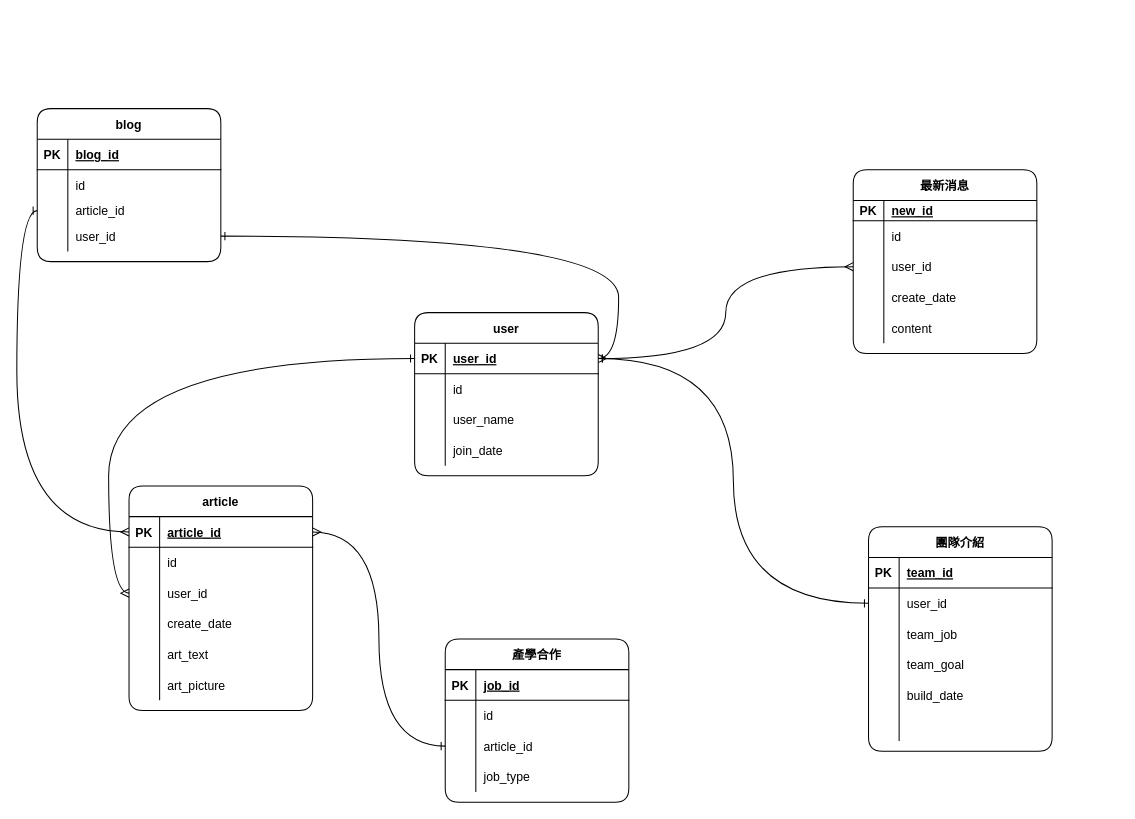
MichaelChen0429/ERDpractice keeps this draw.io diagram as Untitled Diagram.drawio. Above is the earlier version. Source tidied: cells renumbered, new cells numbered last; positions are measured from the earlier drawing's top-left corner, leaving out a move shared by most shapes. Both pictures are drawn from the tidied source at 102%, with x=0, y=0 at pixel (37, 108).
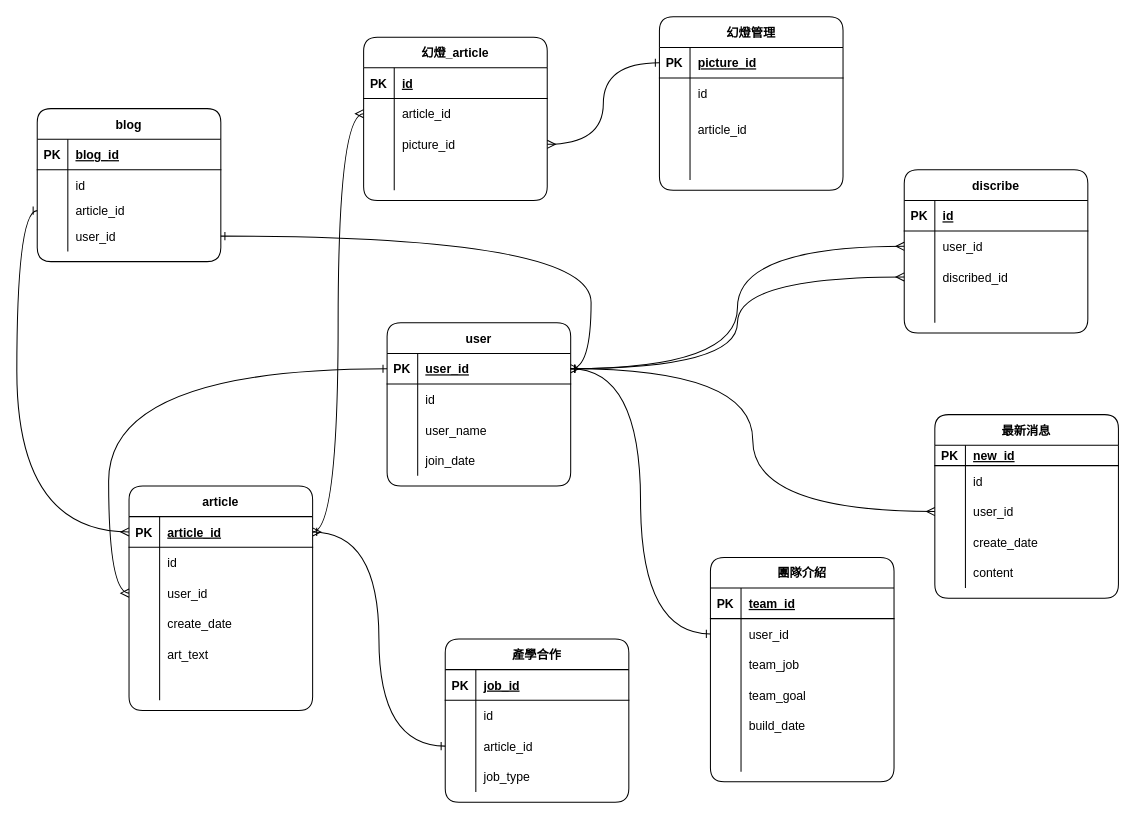
The same diagram, later.

Unchanged cells that the change refers to:
```xml
<mxCell id="19" style="shape=partialRectangle;fillColor=none;top=0;left=0;bottom=1;right=0;points=[[0,0.5],[1,0.5]];portConstraint=eastwest;rounded=1;" parent="18" vertex="1">
  <mxGeometry y="30" width="180" height="30" as="geometry" />
</mxCell>
<mxCell id="77" style="shape=partialRectangle;fillColor=none;top=0;left=0;bottom=1;right=0;points=[[0,0.5],[1,0.5]];portConstraint=eastwest;rounded=1;" parent="76" vertex="1">
  <mxGeometry y="30" width="180" height="30" as="geometry" />
</mxCell>
<mxCell id="92" style="shape=partialRectangle;fillColor=none;top=0;left=0;bottom=0;right=0;rounded=1;" parent="76" vertex="1">
  <mxGeometry y="180" width="180" height="30" as="geometry" />
</mxCell>
```

What changed in the source:
```diff
@@
     <mxCell id="2" value="最新消息" style="shape=table;startSize=30;childLayout=tableLayout;rowLines=0;fontStyle=1;align=center;rounded=1;" parent="1" vertex="1">
-      <mxGeometry x="800" y="60" width="180" height="180" as="geometry" />
+      <mxGeometry x="880" y="300" width="180" height="180" as="geometry" />
     </mxCell>
@@
     <mxCell id="18" value="user" style="shape=table;startSize=30;childLayout=tableLayout;rowLines=0;fontStyle=1;align=center;rounded=1;" parent="1" vertex="1">
-      <mxGeometry x="370" y="200" width="180" height="160" as="geometry" />
+      <mxGeometry x="343" y="210" width="180" height="160" as="geometry" />
     </mxCell>
@@
     <mxCell id="44" value="團隊介紹" style="shape=table;startSize=30;childLayout=tableLayout;rowLines=0;fontStyle=1;align=center;rounded=1;" parent="1" vertex="1">
-      <mxGeometry x="815" y="410" width="180" height="220" as="geometry" />
+      <mxGeometry x="660" y="440" width="180" height="220" as="geometry" />
     </mxCell>
@@
-    <mxCell id="94" value="art_picture" style="shape=partialRectangle;fillColor=none;top=0;left=0;bottom=0;right=0;align=left;spacingLeft=6;overflow=hidden;rounded=1;" parent="92" vertex="1">
+    <mxCell id="94" style="shape=partialRectangle;fillColor=none;top=0;left=0;bottom=0;right=0;align=left;spacingLeft=6;overflow=hidden;rounded=1;" parent="92" vertex="1">
       <mxGeometry x="30" width="150" height="30" as="geometry" />
     </mxCell>
@@
+    <mxCell id="101" value="幻燈管理" style="shape=table;startSize=30;childLayout=tableLayout;rowLines=0;fontStyle=1;align=center;rounded=1;" parent="1" vertex="1">
+      <mxGeometry x="610" y="-90" width="180" height="170" as="geometry" />
+    </mxCell>
+    <mxCell id="102" style="shape=partialRectangle;fillColor=none;top=0;left=0;bottom=1;right=0;points=[[0,0.5],[1,0.5]];portConstraint=eastwest;rounded=1;" parent="101" vertex="1">
+      <mxGeometry y="30" width="180" height="30" as="geometry" />
+    </mxCell>
+    <mxCell id="103" value="PK" style="shape=partialRectangle;fillColor=none;top=0;left=0;bottom=0;right=0;fontStyle=1;overflow=hidden;rounded=1;" parent="102" vertex="1">
+      <mxGeometry width="30" height="30" as="geometry" />
+    </mxCell>
+    <mxCell id="104" value="picture_id" style="shape=partialRectangle;fillColor=none;top=0;left=0;bottom=0;right=0;align=left;spacingLeft=6;fontStyle=5;overflow=hidden;rounded=1;" parent="102" vertex="1">
+      <mxGeometry x="30" width="150" height="30" as="geometry" />
+    </mxCell>
+    <mxCell id="105" style="shape=partialRectangle;fillColor=none;top=0;left=0;bottom=0;right=0;rounded=1;" parent="101" vertex="1">
+      <mxGeometry y="60" width="180" height="30" as="geometry" />
+    </mxCell>
+    <mxCell id="106" style="shape=partialRectangle;fillColor=none;top=0;left=0;bottom=0;right=0;overflow=hidden;rounded=1;" parent="105" vertex="1">
+      <mxGeometry width="30" height="30" as="geometry" />
+    </mxCell>
+    <mxCell id="107" value="id" style="shape=partialRectangle;fillColor=none;top=0;left=0;bottom=0;right=0;align=left;spacingLeft=6;overflow=hidden;rounded=1;" parent="105" vertex="1">
+      <mxGeometry x="30" width="150" height="30" as="geometry" />
+    </mxCell>
+    <mxCell id="108" style="shape=partialRectangle;fillColor=none;top=0;left=0;bottom=0;right=0;rounded=1;" parent="101" vertex="1">
+      <mxGeometry y="90" width="180" height="40" as="geometry" />
+    </mxCell>
+    <mxCell id="109" style="shape=partialRectangle;fillColor=none;top=0;left=0;bottom=0;right=0;overflow=hidden;rounded=1;" parent="108" vertex="1">
+      <mxGeometry width="30" height="40" as="geometry" />
+    </mxCell>
+    <mxCell id="110" value="article_id" style="shape=partialRectangle;fillColor=none;top=0;left=0;bottom=0;right=0;align=left;spacingLeft=6;overflow=hidden;rounded=1;" parent="108" vertex="1">
+      <mxGeometry x="30" width="150" height="40" as="geometry" />
+    </mxCell>
+    <mxCell id="111" style="shape=partialRectangle;fillColor=none;top=0;left=0;bottom=0;right=0;rounded=1;" parent="101" vertex="1">
+      <mxGeometry y="130" width="180" height="30" as="geometry" />
+    </mxCell>
+    <mxCell id="112" style="shape=partialRectangle;fillColor=none;top=0;left=0;bottom=0;right=0;overflow=hidden;rounded=1;" parent="111" vertex="1">
+      <mxGeometry width="30" height="30" as="geometry" />
+    </mxCell>
+    <mxCell id="113" style="shape=partialRectangle;fillColor=none;top=0;left=0;bottom=0;right=0;align=left;spacingLeft=6;overflow=hidden;rounded=1;" parent="111" vertex="1">
+      <mxGeometry x="30" width="150" height="30" as="geometry" />
+    </mxCell>
+    <mxCell id="114" value="幻燈_article" style="shape=table;startSize=30;childLayout=tableLayout;rowLines=0;fontStyle=1;align=center;rounded=1;" parent="1" vertex="1">
+      <mxGeometry x="320" y="-70" width="180" height="160" as="geometry" />
+    </mxCell>
+    <mxCell id="115" style="shape=partialRectangle;fillColor=none;top=0;left=0;bottom=1;right=0;rounded=1;" parent="114" vertex="1">
+      <mxGeometry y="30" width="180" height="30" as="geometry" />
+    </mxCell>
+    <mxCell id="116" value="PK" style="shape=partialRectangle;fillColor=none;top=0;left=0;bottom=0;right=0;fontStyle=1;overflow=hidden;rounded=1;" parent="115" vertex="1">
+      <mxGeometry width="30" height="30" as="geometry" />
+    </mxCell>
+    <mxCell id="117" value="id" style="shape=partialRectangle;fillColor=none;top=0;left=0;bottom=0;right=0;align=left;spacingLeft=6;fontStyle=5;overflow=hidden;rounded=1;" parent="115" vertex="1">
+      <mxGeometry x="30" width="150" height="30" as="geometry" />
+    </mxCell>
+    <mxCell id="118" style="shape=partialRectangle;fillColor=none;top=0;left=0;bottom=0;right=0;points=[[0,0.5],[1,0.5]];portConstraint=eastwest;rounded=1;" parent="114" vertex="1">
+      <mxGeometry y="60" width="180" height="30" as="geometry" />
+    </mxCell>
+    <mxCell id="119" style="shape=partialRectangle;fillColor=none;top=0;left=0;bottom=0;right=0;overflow=hidden;rounded=1;" parent="118" vertex="1">
+      <mxGeometry width="30" height="30" as="geometry" />
+    </mxCell>
+    <mxCell id="120" value="article_id" style="shape=partialRectangle;fillColor=none;top=0;left=0;bottom=0;right=0;align=left;spacingLeft=6;overflow=hidden;rounded=1;" parent="118" vertex="1">
+      <mxGeometry x="30" width="150" height="30" as="geometry" />
+    </mxCell>
+    <mxCell id="121" style="shape=partialRectangle;fillColor=none;top=0;left=0;bottom=0;right=0;points=[[0,0.5],[1,0.5]];portConstraint=eastwest;rounded=1;" parent="114" vertex="1">
+      <mxGeometry y="90" width="180" height="30" as="geometry" />
+    </mxCell>
+    <mxCell id="122" style="shape=partialRectangle;fillColor=none;top=0;left=0;bottom=0;right=0;overflow=hidden;rounded=1;" parent="121" vertex="1">
+      <mxGeometry width="30" height="30" as="geometry" />
+    </mxCell>
+    <mxCell id="123" value="picture_id" style="shape=partialRectangle;fillColor=none;top=0;left=0;bottom=0;right=0;align=left;spacingLeft=6;overflow=hidden;rounded=1;" parent="121" vertex="1">
+      <mxGeometry x="30" width="150" height="30" as="geometry" />
+    </mxCell>
+    <mxCell id="124" style="shape=partialRectangle;fillColor=none;top=0;left=0;bottom=0;right=0;rounded=1;" parent="114" vertex="1">
+      <mxGeometry y="120" width="180" height="30" as="geometry" />
+    </mxCell>
+    <mxCell id="125" style="shape=partialRectangle;fillColor=none;top=0;left=0;bottom=0;right=0;overflow=hidden;rounded=1;" parent="124" vertex="1">
+      <mxGeometry width="30" height="30" as="geometry" />
+    </mxCell>
+    <mxCell id="126" style="shape=partialRectangle;fillColor=none;top=0;left=0;bottom=0;right=0;align=left;spacingLeft=6;overflow=hidden;rounded=1;" parent="124" vertex="1">
+      <mxGeometry x="30" width="150" height="30" as="geometry" />
+    </mxCell>
+    <mxCell id="127" style="edgeStyle=orthogonalEdgeStyle;curved=1;jettySize=auto;html=1;entryX=0;entryY=0.5;entryDx=0;entryDy=0;startArrow=ERone;startFill=0;endArrow=ERmany;endFill=0;" parent="1" edge="1" source="77" target="118">
+      <mxGeometry relative="1" as="geometry" />
+    </mxCell>
+    <mxCell id="128" style="edgeStyle=orthogonalEdgeStyle;curved=1;jettySize=auto;html=1;entryX=1;entryY=0.5;entryDx=0;entryDy=0;startArrow=ERone;startFill=0;endArrow=ERmany;endFill=0;" parent="1" edge="1" source="102" target="121">
+      <mxGeometry relative="1" as="geometry" />
+    </mxCell>
+    <mxCell id="129" value="discribe" style="shape=table;startSize=30;childLayout=tableLayout;rowLines=0;fontStyle=1;align=center;rounded=1;" parent="1" vertex="1">
+      <mxGeometry x="850" y="60" width="180" height="160" as="geometry" />
+    </mxCell>
+    <mxCell id="130" style="shape=partialRectangle;fillColor=none;top=0;left=0;bottom=1;right=0;rounded=1;" parent="129" vertex="1">
+      <mxGeometry y="30" width="180" height="30" as="geometry" />
+    </mxCell>
+    <mxCell id="131" value="PK" style="shape=partialRectangle;fillColor=none;top=0;left=0;bottom=0;right=0;fontStyle=1;overflow=hidden;rounded=1;" parent="130" vertex="1">
+      <mxGeometry width="30" height="30" as="geometry" />
+    </mxCell>
+    <mxCell id="132" value="id" style="shape=partialRectangle;fillColor=none;top=0;left=0;bottom=0;right=0;align=left;spacingLeft=6;fontStyle=5;overflow=hidden;rounded=1;" parent="130" vertex="1">
+      <mxGeometry x="30" width="150" height="30" as="geometry" />
+    </mxCell>
+    <mxCell id="133" style="shape=partialRectangle;fillColor=none;top=0;left=0;bottom=0;right=0;points=[[0,0.5],[1,0.5]];portConstraint=eastwest;rounded=1;" parent="129" vertex="1">
+      <mxGeometry y="60" width="180" height="30" as="geometry" />
+    </mxCell>
+    <mxCell id="134" style="shape=partialRectangle;fillColor=none;top=0;left=0;bottom=0;right=0;overflow=hidden;rounded=1;" parent="133" vertex="1">
+      <mxGeometry width="30" height="30" as="geometry" />
+    </mxCell>
+    <mxCell id="135" value="user_id" style="shape=partialRectangle;fillColor=none;top=0;left=0;bottom=0;right=0;align=left;spacingLeft=6;overflow=hidden;rounded=1;" parent="133" vertex="1">
+      <mxGeometry x="30" width="150" height="30" as="geometry" />
+    </mxCell>
+    <mxCell id="136" style="shape=partialRectangle;fillColor=none;top=0;left=0;bottom=0;right=0;points=[[0,0.5],[1,0.5]];portConstraint=eastwest;rounded=1;" parent="129" vertex="1">
+      <mxGeometry y="90" width="180" height="30" as="geometry" />
+    </mxCell>
+    <mxCell id="137" style="shape=partialRectangle;fillColor=none;top=0;left=0;bottom=0;right=0;overflow=hidden;rounded=1;" parent="136" vertex="1">
+      <mxGeometry width="30" height="30" as="geometry" />
+    </mxCell>
+    <mxCell id="138" value="discribed_id" style="shape=partialRectangle;fillColor=none;top=0;left=0;bottom=0;right=0;align=left;spacingLeft=6;overflow=hidden;rounded=1;" parent="136" vertex="1">
+      <mxGeometry x="30" width="150" height="30" as="geometry" />
+    </mxCell>
+    <mxCell id="139" style="shape=partialRectangle;fillColor=none;top=0;left=0;bottom=0;right=0;rounded=1;" parent="129" vertex="1">
+      <mxGeometry y="120" width="180" height="30" as="geometry" />
+    </mxCell>
+    <mxCell id="140" style="shape=partialRectangle;fillColor=none;top=0;left=0;bottom=0;right=0;overflow=hidden;rounded=1;" parent="139" vertex="1">
+      <mxGeometry width="30" height="30" as="geometry" />
+    </mxCell>
+    <mxCell id="141" style="shape=partialRectangle;fillColor=none;top=0;left=0;bottom=0;right=0;align=left;spacingLeft=6;overflow=hidden;rounded=1;" parent="139" vertex="1">
+      <mxGeometry x="30" width="150" height="30" as="geometry" />
+    </mxCell>
+    <mxCell id="142" style="edgeStyle=orthogonalEdgeStyle;curved=1;jettySize=auto;html=1;entryX=0;entryY=0.5;entryDx=0;entryDy=0;startArrow=ERone;startFill=0;endArrow=ERmany;endFill=0;exitX=1;exitY=0.5;exitDx=0;exitDy=0;" parent="1" edge="1" source="19" target="136">
+      <mxGeometry relative="1" as="geometry" />
+    </mxCell>
+    <mxCell id="143" style="edgeStyle=orthogonalEdgeStyle;curved=1;jettySize=auto;html=1;entryX=0;entryY=0.5;entryDx=0;entryDy=0;startArrow=ERone;startFill=0;endArrow=ERmany;endFill=0;" parent="1" edge="1" source="19" target="133">
+      <mxGeometry relative="1" as="geometry" />
+    </mxCell>
```
